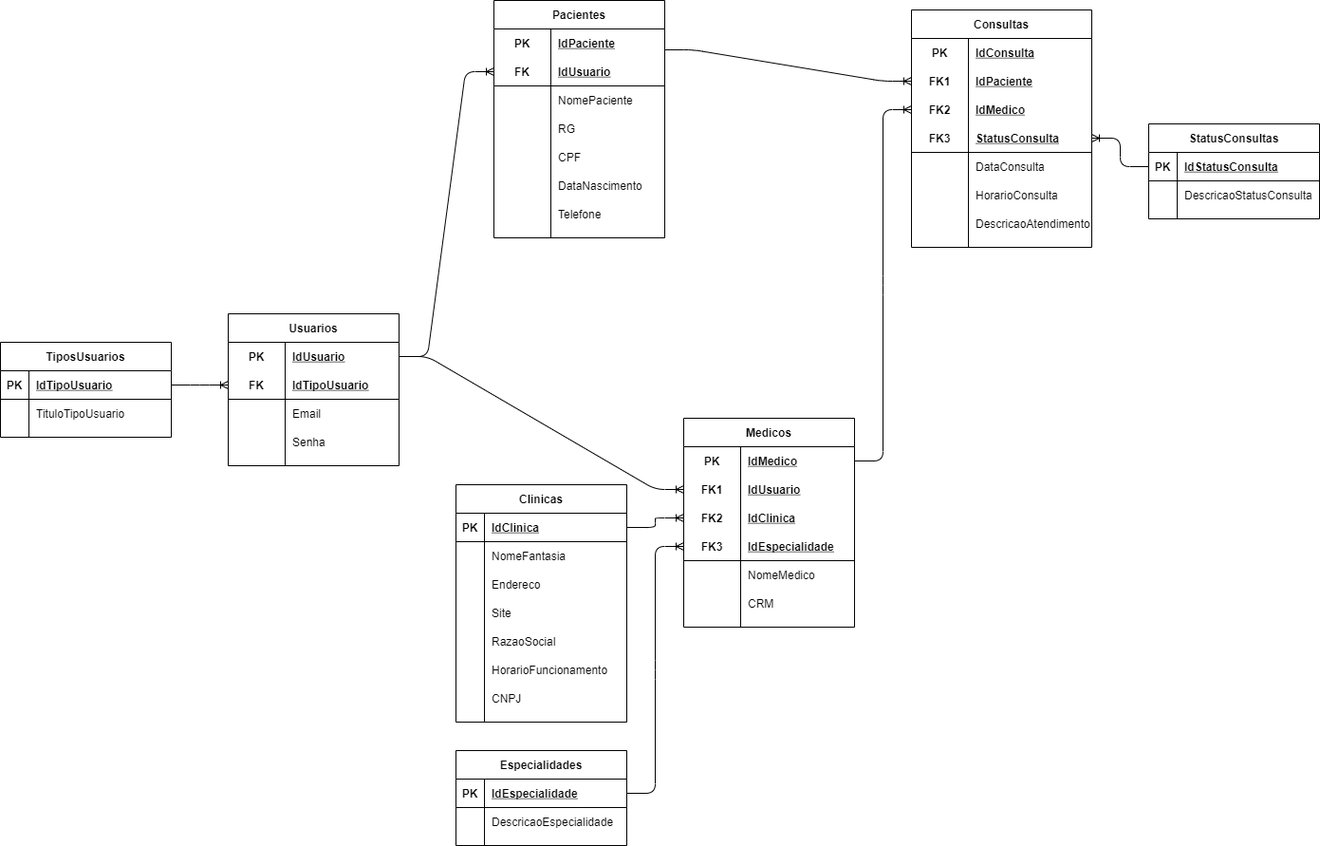
Before: SP_Medical_Group/SP_Medical_Group-Lógico.png, a diagram exported from draw.io (Carlos-Augusto-Roque/Sprint1_bd). Source tidied: cells renumbered, new cells last; positions are measured from the earlier drawing's top-left corner, leaving out a move shared by most shapes.
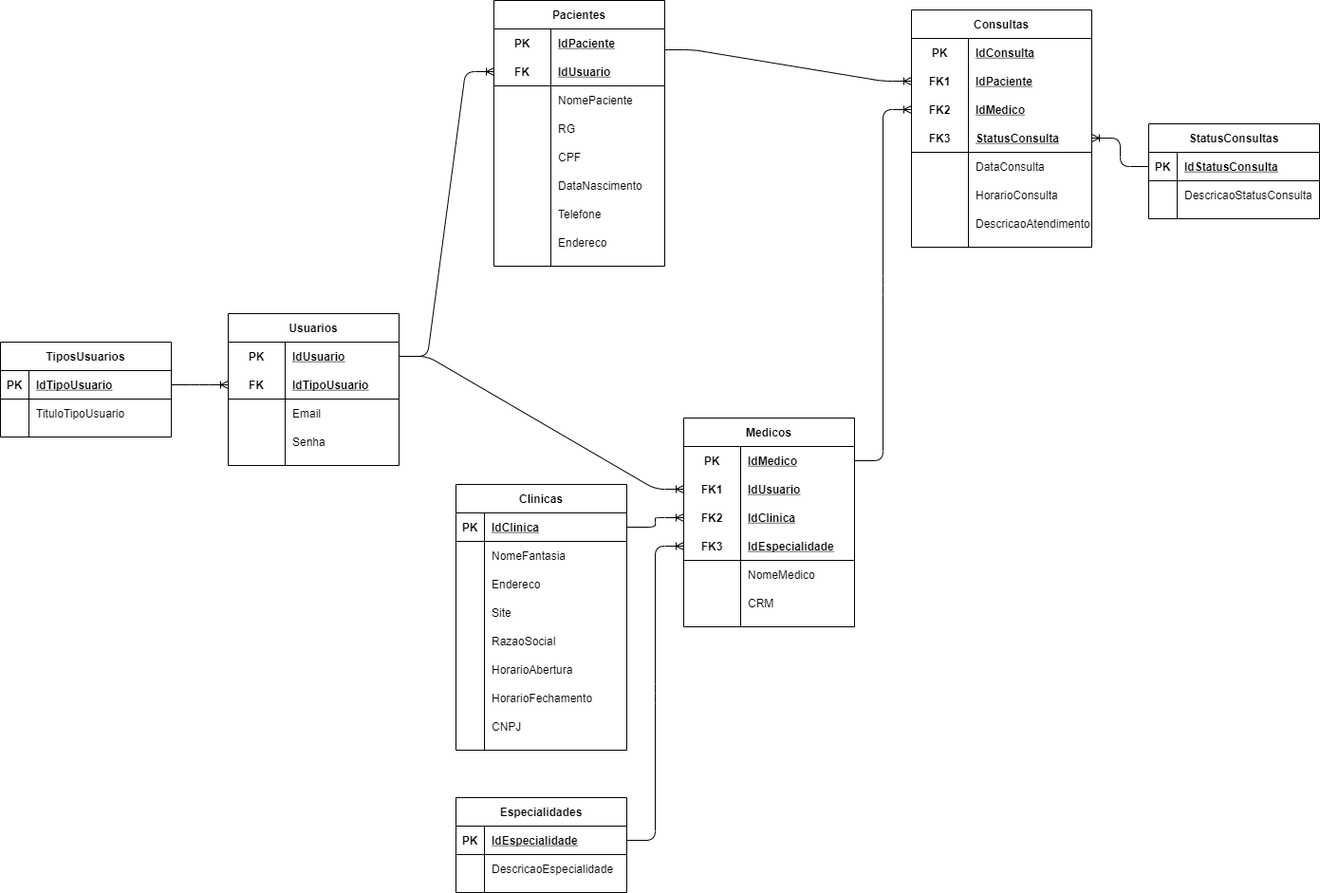
The same file after the commit.

Diff of the diagram source:
```diff
@@ -24,7 +24,7 @@
       <mxGeometry x="30" width="150" height="30" as="geometry" />
     </mxCell>
     <mxCell id="9" value="Especialidades" style="shape=table;startSize=30;rowLines=0;fontStyle=1;align=center;" parent="1" vertex="1">
-      <mxGeometry x="480" y="790" width="180" height="100" as="geometry" />
+      <mxGeometry x="480" y="840" width="180" height="100" as="geometry" />
     </mxCell>
     <mxCell id="10" style="shape=partialRectangle;fillColor=none;top=0;left=0;bottom=1;right=0;points=[[0,0.5],[1,0.5]];portConstraint=eastwest;" parent="9" vertex="1">
       <mxGeometry y="30" width="180" height="30" as="geometry" />
@@ -108,7 +108,7 @@
       <mxGeometry x="60" width="120" height="30" as="geometry" />
     </mxCell>
     <mxCell id="37" value="Pacientes" style="shape=table;startSize=30;rowLines=0;fontStyle=1;align=center;" parent="1" vertex="1">
-      <mxGeometry x="520" width="180" height="250" as="geometry" />
+      <mxGeometry x="520" width="180" height="280" as="geometry" />
     </mxCell>
     <mxCell id="38" style="shape=partialRectangle;fillColor=none;top=0;left=0;bottom=0;right=0;points=[[0,0.5],[1,0.5]];portConstraint=eastwest;" parent="37" vertex="1">
       <mxGeometry y="30" width="180" height="30" as="geometry" />
@@ -173,6 +173,15 @@
     <mxCell id="58" value="Telefone" style="shape=partialRectangle;fillColor=none;top=0;left=0;bottom=0;right=0;align=left;spacingLeft=6;overflow=hidden;" parent="56" vertex="1">
       <mxGeometry x="60" width="120" height="30" as="geometry" />
     </mxCell>
+    <mxCell id="130" style="shape=partialRectangle;fillColor=none;top=0;left=0;bottom=0;right=0;" parent="37" vertex="1">
+      <mxGeometry y="240" width="180" height="30" as="geometry" />
+    </mxCell>
+    <mxCell id="131" style="shape=partialRectangle;fillColor=none;top=0;left=0;bottom=0;right=0;overflow=hidden;" parent="130" vertex="1">
+      <mxGeometry width="60" height="30" as="geometry" />
+    </mxCell>
+    <mxCell id="132" value="Endereco" style="shape=partialRectangle;fillColor=none;top=0;left=0;bottom=0;right=0;align=left;spacingLeft=6;overflow=hidden;" parent="130" vertex="1">
+      <mxGeometry x="60" width="120" height="30" as="geometry" />
+    </mxCell>
     <mxCell id="59" value="Medicos" style="shape=table;startSize=30;rowLines=0;fontStyle=1;align=center;" parent="1" vertex="1">
       <mxGeometry x="720" y="440" width="180" height="220" as="geometry" />
     </mxCell>
@@ -297,7 +306,7 @@
       <mxGeometry x="60" width="130" height="30" as="geometry" />
     </mxCell>
     <mxCell id="100" value="Clinicas" style="shape=table;startSize=30;rowLines=0;fontStyle=1;align=center;" parent="1" vertex="1">
-      <mxGeometry x="480" y="510" width="180" height="250" as="geometry" />
+      <mxGeometry x="480" y="510" width="180" height="280" as="geometry" />
     </mxCell>
     <mxCell id="101" style="shape=partialRectangle;fillColor=none;top=0;left=0;bottom=1;right=0;points=[[0,0.5],[1,0.5]];portConstraint=eastwest;" parent="100" vertex="1">
       <mxGeometry y="30" width="180" height="30" as="geometry" />
@@ -350,7 +359,7 @@
     <mxCell id="117" style="shape=partialRectangle;fillColor=none;top=0;left=0;bottom=0;right=0;overflow=hidden;" parent="116" vertex="1">
       <mxGeometry width="30" height="30" as="geometry" />
     </mxCell>
-    <mxCell id="118" value="HorarioFuncionamento" style="shape=partialRectangle;fillColor=none;top=0;left=0;bottom=0;right=0;align=left;spacingLeft=6;overflow=hidden;" parent="116" vertex="1">
+    <mxCell id="118" value="HorarioAbertura" style="shape=partialRectangle;fillColor=none;top=0;left=0;bottom=0;right=0;align=left;spacingLeft=6;overflow=hidden;" parent="116" vertex="1">
       <mxGeometry x="30" width="150" height="30" as="geometry" />
     </mxCell>
     <mxCell id="119" style="shape=partialRectangle;fillColor=none;top=0;left=0;bottom=0;right=0;" parent="100" vertex="1">
@@ -359,9 +368,18 @@
     <mxCell id="120" style="shape=partialRectangle;fillColor=none;top=0;left=0;bottom=0;right=0;overflow=hidden;" parent="119" vertex="1">
       <mxGeometry width="30" height="30" as="geometry" />
     </mxCell>
-    <mxCell id="121" value="CNPJ" style="shape=partialRectangle;fillColor=none;top=0;left=0;bottom=0;right=0;align=left;spacingLeft=6;overflow=hidden;" parent="119" vertex="1">
+    <mxCell id="121" value="HorarioFechamento" style="shape=partialRectangle;fillColor=none;top=0;left=0;bottom=0;right=0;align=left;spacingLeft=6;overflow=hidden;" parent="119" vertex="1">
       <mxGeometry x="30" width="150" height="30" as="geometry" />
     </mxCell>
+    <mxCell id="133" style="shape=partialRectangle;fillColor=none;top=0;left=0;bottom=0;right=0;" parent="100" vertex="1">
+      <mxGeometry y="240" width="180" height="30" as="geometry" />
+    </mxCell>
+    <mxCell id="134" style="shape=partialRectangle;fillColor=none;top=0;left=0;bottom=0;right=0;overflow=hidden;" parent="133" vertex="1">
+      <mxGeometry width="30" height="30" as="geometry" />
+    </mxCell>
+    <mxCell id="135" value="CNPJ" style="shape=partialRectangle;fillColor=none;top=0;left=0;bottom=0;right=0;align=left;spacingLeft=6;overflow=hidden;" parent="133" vertex="1">
+      <mxGeometry x="30" width="150" height="30" as="geometry" />
+    </mxCell>
     <mxCell id="122" style="edgeStyle=entityRelationEdgeStyle;fontSize=12;html=1;endArrow=ERoneToMany;exitX=1;exitY=0.5;exitDx=0;exitDy=0;entryX=0;entryY=0.5;entryDx=0;entryDy=0;" parent="1" edge="1" source="3" target="28">
       <mxGeometry relative="1" as="geometry" />
     </mxCell>
```
